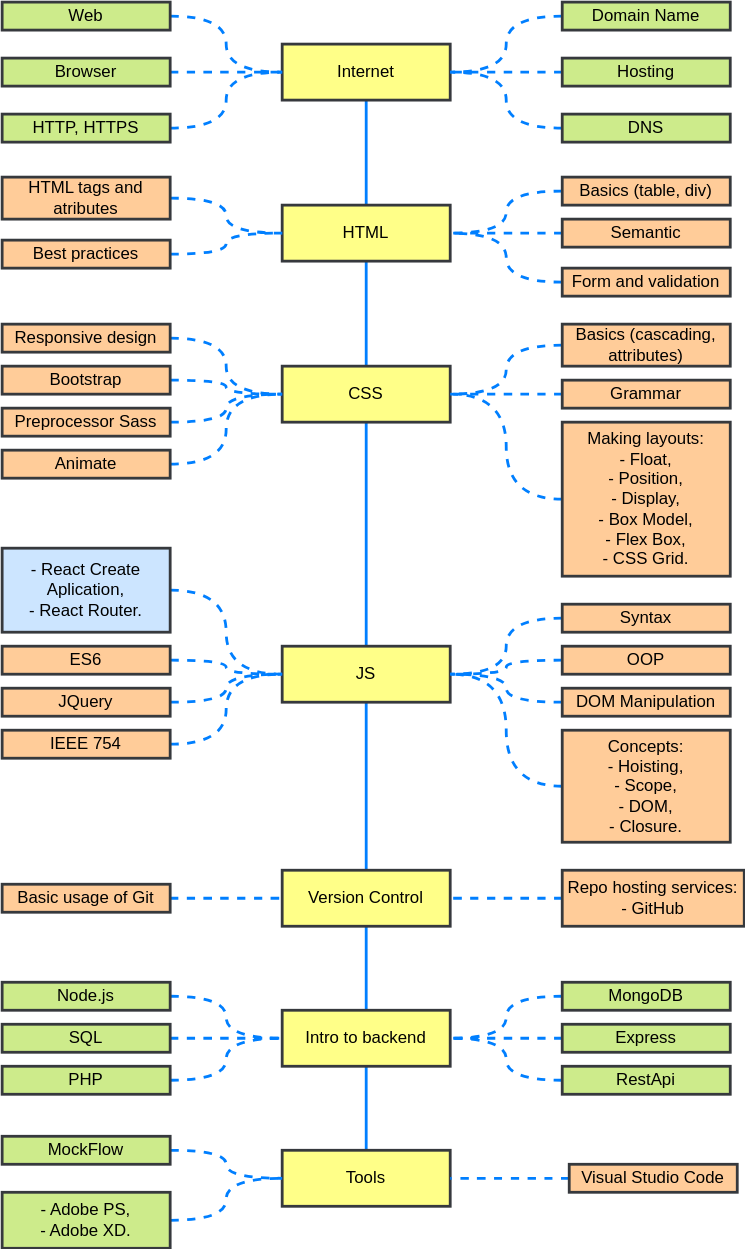
Earlier version of the draw.io export sandbox/frontend-roadmap/frontendDiagram.svg (dczerniawko/dczerniawko.github.io). Source tidied: cells renumbered, new cells last; positions are measured from the earlier drawing's top-left corner, leaving out a move shared by most shapes.
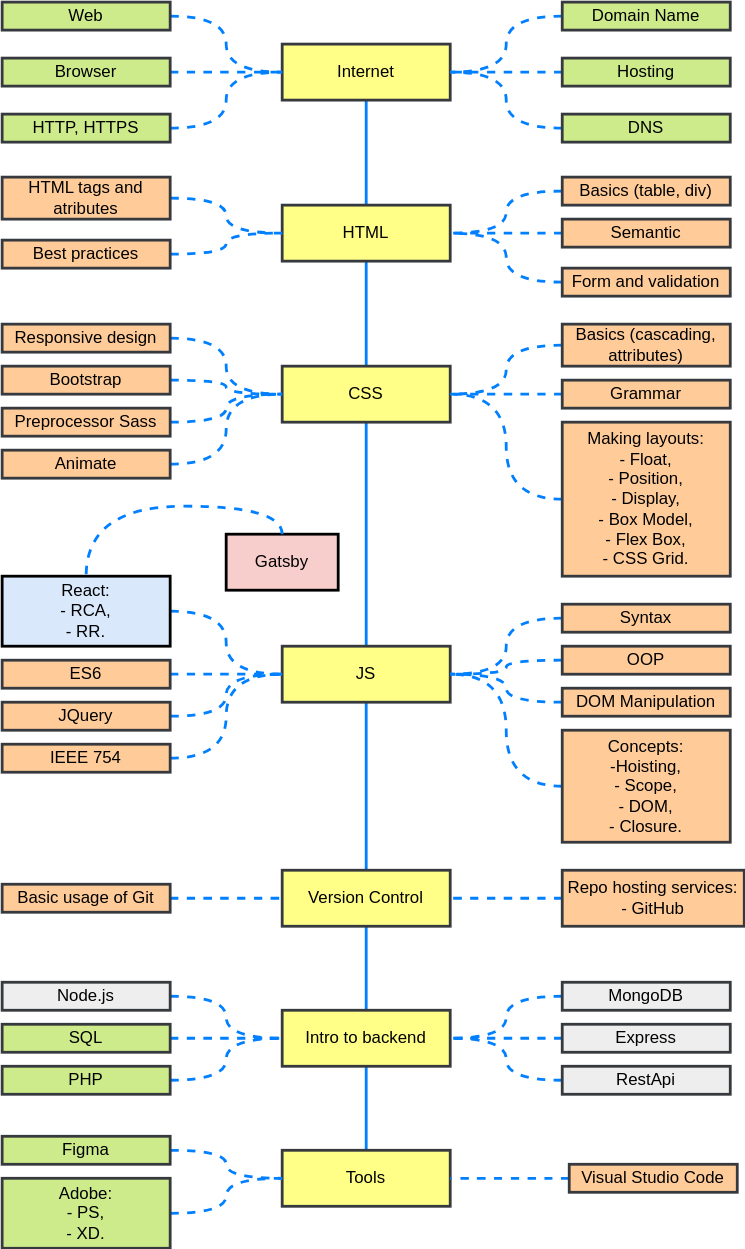
Above is the later version.

The edit, as a diff of the source:
```diff
@@ -153,30 +153,30 @@
       <mxGeometry relative="1" as="geometry" />
     </mxCell>
     <mxCell id="52" value="IEEE 754" style="rounded=0;whiteSpace=wrap;html=1;strokeWidth=2;fillColor=#ffcc99;strokeColor=#36393d;" parent="1" vertex="1">
-      <mxGeometry y="520" width="120" height="20" as="geometry" />
+      <mxGeometry y="530" width="120" height="20" as="geometry" />
     </mxCell>
     <mxCell id="53" style="edgeStyle=orthogonalEdgeStyle;curved=1;jettySize=auto;html=1;entryX=0;entryY=0.5;entryDx=0;entryDy=0;dashed=1;endArrow=none;endFill=0;strokeColor=#007FFF;strokeWidth=2;" parent="1" edge="1" source="54" target="9">
       <mxGeometry relative="1" as="geometry" />
     </mxCell>
     <mxCell id="54" value="JQuery" style="rounded=0;whiteSpace=wrap;html=1;strokeWidth=2;fillColor=#ffcc99;strokeColor=#36393d;" parent="1" vertex="1">
-      <mxGeometry y="490" width="120" height="20" as="geometry" />
+      <mxGeometry y="500" width="120" height="20" as="geometry" />
     </mxCell>
     <mxCell id="55" style="edgeStyle=orthogonalEdgeStyle;curved=1;jettySize=auto;html=1;entryX=0;entryY=0.5;entryDx=0;entryDy=0;dashed=1;endArrow=none;endFill=0;strokeColor=#007FFF;strokeWidth=2;" parent="1" edge="1" source="56" target="9">
       <mxGeometry relative="1" as="geometry" />
     </mxCell>
     <mxCell id="56" value="ES6" style="rounded=0;whiteSpace=wrap;html=1;strokeWidth=2;fillColor=#ffcc99;strokeColor=#36393d;" parent="1" vertex="1">
-      <mxGeometry y="460" width="120" height="20" as="geometry" />
+      <mxGeometry y="470" width="120" height="20" as="geometry" />
     </mxCell>
     <mxCell id="57" style="edgeStyle=orthogonalEdgeStyle;curved=1;jettySize=auto;html=1;entryX=0;entryY=0.5;entryDx=0;entryDy=0;dashed=1;endArrow=none;endFill=0;strokeColor=#007FFF;strokeWidth=2;" parent="1" edge="1" source="58" target="9">
       <mxGeometry relative="1" as="geometry" />
     </mxCell>
-    <mxCell id="58" value="&lt;div&gt;- React Create Aplication,&lt;/div&gt;&lt;div&gt;- React Router.&lt;br&gt;&lt;/div&gt;" style="rounded=0;whiteSpace=wrap;html=1;strokeWidth=2;strokeColor=#36393d;fillColor=#cce5ff;" parent="1" vertex="1">
-      <mxGeometry y="390" width="120" height="60" as="geometry" />
+    <mxCell id="58" value="&lt;div&gt;React: &lt;br&gt;&lt;/div&gt;&lt;div&gt;- RCA,&lt;/div&gt;&lt;div&gt;- RR.&lt;br&gt;&lt;/div&gt;" style="rounded=0;whiteSpace=wrap;html=1;strokeWidth=2;fillColor=#dae8fc;" parent="1" vertex="1">
+      <mxGeometry y="410" width="120" height="50" as="geometry" />
     </mxCell>
     <mxCell id="59" style="edgeStyle=orthogonalEdgeStyle;curved=1;jettySize=auto;html=1;entryX=1;entryY=0.5;entryDx=0;entryDy=0;dashed=1;endArrow=none;endFill=0;strokeColor=#007FFF;strokeWidth=2;" parent="1" edge="1" source="60" target="9">
       <mxGeometry relative="1" as="geometry" />
     </mxCell>
-    <mxCell id="60" value="&lt;div&gt;Concepts: &lt;br&gt;&lt;/div&gt;&lt;div&gt;- Hoisting, &lt;br&gt;&lt;/div&gt;&lt;div&gt;- Scope,&lt;/div&gt;&lt;div&gt; - DOM, &lt;br&gt;&lt;/div&gt;&lt;div&gt;- Closure.&lt;/div&gt;" style="rounded=0;whiteSpace=wrap;html=1;strokeWidth=2;fillColor=#ffcc99;strokeColor=#36393d;" parent="1" vertex="1">
+    <mxCell id="60" value="&lt;div&gt;Concepts: &lt;br&gt;&lt;/div&gt;&lt;div&gt;-Hoisting, &lt;br&gt;&lt;/div&gt;&lt;div&gt;- Scope,&lt;/div&gt;&lt;div&gt; - DOM, &lt;br&gt;&lt;/div&gt;&lt;div&gt;- Closure.&lt;/div&gt;" style="rounded=0;whiteSpace=wrap;html=1;strokeWidth=2;fillColor=#ffcc99;strokeColor=#36393d;" parent="1" vertex="1">
       <mxGeometry x="400" y="520" width="120" height="80" as="geometry" />
     </mxCell>
     <mxCell id="61" style="edgeStyle=orthogonalEdgeStyle;curved=1;jettySize=auto;html=1;entryX=1;entryY=0.5;entryDx=0;entryDy=0;dashed=1;endArrow=none;endFill=0;strokeColor=#007FFF;strokeWidth=2;" parent="1" edge="1" source="62" target="9">
@@ -212,25 +212,25 @@
     <mxCell id="71" style="edgeStyle=orthogonalEdgeStyle;curved=1;jettySize=auto;html=1;entryX=1;entryY=0.5;entryDx=0;entryDy=0;dashed=1;endArrow=none;endFill=0;strokeColor=#007FFF;strokeWidth=2;" parent="1" edge="1" source="72" target="13">
       <mxGeometry relative="1" as="geometry" />
     </mxCell>
-    <mxCell id="72" value="MongoDB" style="rounded=0;whiteSpace=wrap;html=1;strokeWidth=2;fillColor=#cdeb8b;strokeColor=#36393d;" parent="1" vertex="1">
+    <mxCell id="72" value="MongoDB" style="rounded=0;whiteSpace=wrap;html=1;strokeWidth=2;fillColor=#eeeeee;strokeColor=#36393d;" parent="1" vertex="1">
       <mxGeometry x="400" y="700" width="120" height="20" as="geometry" />
     </mxCell>
     <mxCell id="73" style="edgeStyle=orthogonalEdgeStyle;curved=1;jettySize=auto;html=1;entryX=1;entryY=0.5;entryDx=0;entryDy=0;dashed=1;endArrow=none;endFill=0;strokeColor=#007FFF;strokeWidth=2;" parent="1" edge="1" source="74" target="13">
       <mxGeometry relative="1" as="geometry" />
     </mxCell>
-    <mxCell id="74" value="Express" style="rounded=0;whiteSpace=wrap;html=1;strokeWidth=2;fillColor=#cdeb8b;strokeColor=#36393d;" parent="1" vertex="1">
+    <mxCell id="74" value="Express" style="rounded=0;whiteSpace=wrap;html=1;strokeWidth=2;fillColor=#eeeeee;strokeColor=#36393d;" parent="1" vertex="1">
       <mxGeometry x="400" y="730" width="120" height="20" as="geometry" />
     </mxCell>
     <mxCell id="75" style="edgeStyle=orthogonalEdgeStyle;curved=1;jettySize=auto;html=1;entryX=1;entryY=0.5;entryDx=0;entryDy=0;dashed=1;endArrow=none;endFill=0;strokeColor=#007FFF;strokeWidth=2;" parent="1" edge="1" source="76" target="13">
       <mxGeometry relative="1" as="geometry" />
     </mxCell>
-    <mxCell id="76" value="RestApi" style="rounded=0;whiteSpace=wrap;html=1;strokeWidth=2;fillColor=#cdeb8b;strokeColor=#36393d;" parent="1" vertex="1">
+    <mxCell id="76" value="RestApi" style="rounded=0;whiteSpace=wrap;html=1;strokeWidth=2;fillColor=#eeeeee;strokeColor=#36393d;" parent="1" vertex="1">
       <mxGeometry x="400" y="760" width="120" height="20" as="geometry" />
     </mxCell>
     <mxCell id="77" style="edgeStyle=orthogonalEdgeStyle;curved=1;jettySize=auto;html=1;entryX=0;entryY=0.5;entryDx=0;entryDy=0;dashed=1;endArrow=none;endFill=0;strokeColor=#007FFF;strokeWidth=2;" parent="1" edge="1" source="78" target="13">
       <mxGeometry relative="1" as="geometry" />
     </mxCell>
-    <mxCell id="78" value="Node.js" style="rounded=0;whiteSpace=wrap;html=1;strokeWidth=2;fillColor=#cdeb8b;strokeColor=#36393d;" parent="1" vertex="1">
+    <mxCell id="78" value="Node.js" style="rounded=0;whiteSpace=wrap;html=1;strokeWidth=2;fillColor=#eeeeee;strokeColor=#36393d;" parent="1" vertex="1">
       <mxGeometry y="700" width="120" height="20" as="geometry" />
     </mxCell>
     <mxCell id="79" style="edgeStyle=orthogonalEdgeStyle;curved=1;jettySize=auto;html=1;entryX=0;entryY=0.5;entryDx=0;entryDy=0;dashed=1;endArrow=none;endFill=0;strokeColor=#007FFF;strokeWidth=2;" parent="1" edge="1" source="80" target="13">
@@ -248,8 +248,8 @@
     <mxCell id="83" style="edgeStyle=orthogonalEdgeStyle;curved=1;jettySize=auto;html=1;entryX=0;entryY=0.5;entryDx=0;entryDy=0;dashed=1;endArrow=none;endFill=0;strokeColor=#007FFF;strokeWidth=2;" parent="1" edge="1" source="84" target="14">
       <mxGeometry relative="1" as="geometry" />
     </mxCell>
-    <mxCell id="84" value="&lt;div&gt;- Adobe PS,&lt;/div&gt;&lt;div&gt;- Adobe XD.&lt;br&gt;&lt;/div&gt;" style="rounded=0;whiteSpace=wrap;html=1;strokeWidth=2;fillColor=#cdeb8b;strokeColor=#36393d;" parent="1" vertex="1">
-      <mxGeometry y="850" width="120" height="40" as="geometry" />
+    <mxCell id="84" value="&lt;div&gt;Adobe: &lt;br&gt;&lt;/div&gt;&lt;div&gt;- PS,&lt;/div&gt;&lt;div&gt;- XD.&lt;br&gt;&lt;/div&gt;" style="rounded=0;whiteSpace=wrap;html=1;strokeWidth=2;fillColor=#cdeb8b;strokeColor=#36393d;" parent="1" vertex="1">
+      <mxGeometry y="840" width="120" height="50" as="geometry" />
     </mxCell>
     <mxCell id="85" style="edgeStyle=orthogonalEdgeStyle;curved=1;jettySize=auto;html=1;entryX=1;entryY=0.5;entryDx=0;entryDy=0;dashed=1;endArrow=none;endFill=0;strokeColor=#007FFF;strokeWidth=2;" parent="1" edge="1" source="86" target="14">
       <mxGeometry relative="1" as="geometry" />
@@ -260,8 +260,14 @@
     <mxCell id="87" style="edgeStyle=orthogonalEdgeStyle;curved=1;jettySize=auto;html=1;entryX=0;entryY=0.5;entryDx=0;entryDy=0;dashed=1;endArrow=none;endFill=0;strokeColor=#007FFF;strokeWidth=2;" parent="1" edge="1" source="88" target="14">
       <mxGeometry relative="1" as="geometry" />
     </mxCell>
-    <mxCell id="88" value="MockFlow" style="rounded=0;whiteSpace=wrap;html=1;strokeWidth=2;fillColor=#cdeb8b;strokeColor=#36393d;" parent="1" vertex="1">
+    <mxCell id="88" value="Figma" style="rounded=0;whiteSpace=wrap;html=1;strokeWidth=2;fillColor=#cdeb8b;strokeColor=#36393d;" parent="1" vertex="1">
       <mxGeometry y="810" width="120" height="20" as="geometry" />
     </mxCell>
+    <mxCell id="89" value="Gatsby" style="rounded=0;whiteSpace=wrap;html=1;strokeWidth=2;fillColor=#f8cecc;" parent="1" vertex="1">
+      <mxGeometry x="160" y="380" width="80" height="40" as="geometry" />
+    </mxCell>
+    <mxCell id="90" style="edgeStyle=orthogonalEdgeStyle;curved=1;jettySize=auto;html=1;entryX=0.5;entryY=0;entryDx=0;entryDy=0;dashed=1;endArrow=none;endFill=0;strokeColor=#007FFF;strokeWidth=2;exitX=0.5;exitY=0;exitDx=0;exitDy=0;" parent="1" edge="1" source="89" target="58">
+      <mxGeometry relative="1" as="geometry" />
+    </mxCell>
   </root>
 </mxGraphModel>
```
